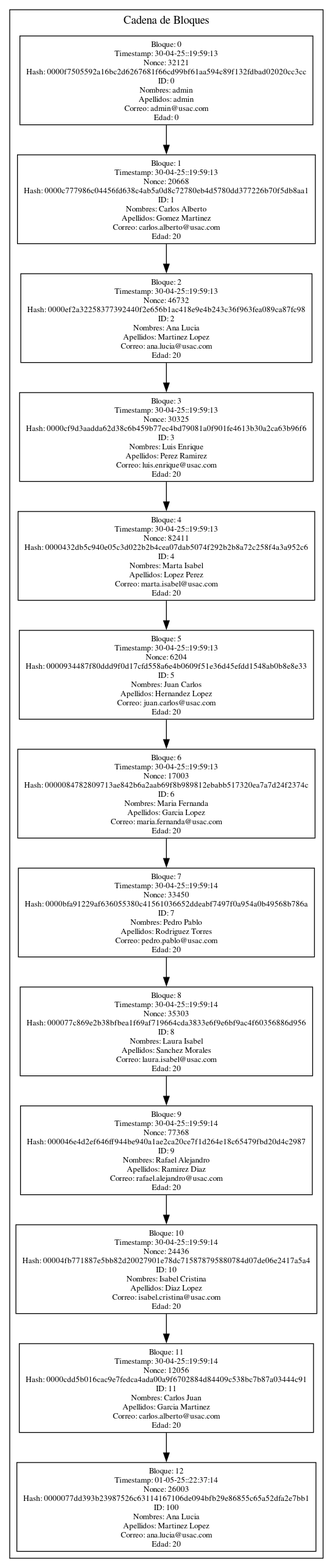
This is Fase3/Reportes/Blockchain.png from CarlosdelCidUSAC/EDD-1S2025_202300625, a Graphviz export, as it was before one commit. Its source is kept beside it as Fase3/reportedot/Blockchain.dot.
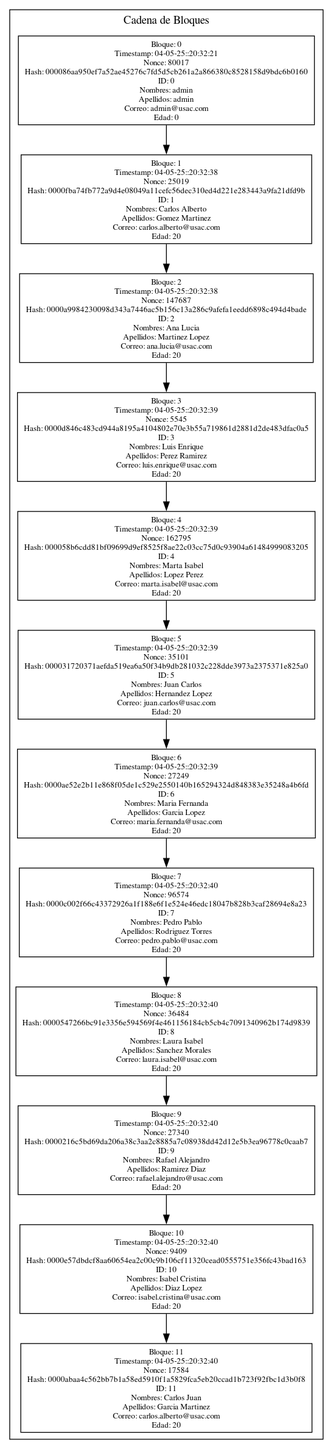
Above is the later version.

What changed in the source:
```diff
@@ -3,30 +3,28 @@
   graph [rankdir=TB];
   subgraph cluster_0 {
     label="Cadena de Bloques";
-0 [label="Bloque: 0\nTimestamp: 30-04-25::19:59:13\nNonce: 32121\nHash: 0000f7505592a16bc2d6267681f66cd99bf61aa594c89f132fdbad02020cc3cc\nID: 0\nNombres: admin\nApellidos: admin\nCorreo: admin@usac.com\nEdad: 0"];
-1 [label="Bloque: 1\nTimestamp: 30-04-25::19:59:13\nNonce: 20668\nHash: 0000c777986c04456fd638c4ab5a0d8c72780eb4d5780dd377226b70f5db8aa1\nID: 1\nNombres: Carlos Alberto\nApellidos: Gomez Martinez\nCorreo: carlos.alberto@usac.com\nEdad: 20"];
+0 [label="Bloque: 0\nTimestamp: 04-05-25::20:32:21\nNonce: 80017\nHash: 000086aa950ef7a52ae45276c7fd5d5cb261a2a866380c8528158d9bdc6b0160\nID: 0\nNombres: admin\nApellidos: admin\nCorreo: admin@usac.com\nEdad: 0"];
+1 [label="Bloque: 1\nTimestamp: 04-05-25::20:32:38\nNonce: 25019\nHash: 0000fba74fb772a9d4e08049a11cefc56dec310ed4d221e283443a9fa21dfd9b\nID: 1\nNombres: Carlos Alberto\nApellidos: Gomez Martinez\nCorreo: carlos.alberto@usac.com\nEdad: 20"];
 0 -> 1;
-2 [label="Bloque: 2\nTimestamp: 30-04-25::19:59:13\nNonce: 46732\nHash: 0000ef2a32258377392440f2e656b1ac418e9e4b243c36f963fea089ca87fc98\nID: 2\nNombres: Ana Lucia\nApellidos: Martinez Lopez\nCorreo: ana.lucia@usac.com\nEdad: 20"];
+2 [label="Bloque: 2\nTimestamp: 04-05-25::20:32:38\nNonce: 147687\nHash: 0000a9984230098d343a7446ac5b156c13a286c9afefa1eedd6898c494d4bade\nID: 2\nNombres: Ana Lucia\nApellidos: Martinez Lopez\nCorreo: ana.lucia@usac.com\nEdad: 20"];
 1 -> 2;
-3 [label="Bloque: 3\nTimestamp: 30-04-25::19:59:13\nNonce: 30325\nHash: 0000cf9d3aadda62d38c6b459b77ec4bd79081a0f901fe4613b30a2ca63b96f6\nID: 3\nNombres: Luis Enrique\nApellidos: Perez Ramirez\nCorreo: luis.enrique@usac.com\nEdad: 20"];
+3 [label="Bloque: 3\nTimestamp: 04-05-25::20:32:39\nNonce: 5545\nHash: 0000d846c483cd944a8195a4104802e70e3b55a719861d2881d2de483dfac0a5\nID: 3\nNombres: Luis Enrique\nApellidos: Perez Ramirez\nCorreo: luis.enrique@usac.com\nEdad: 20"];
 2 -> 3;
-4 [label="Bloque: 4\nTimestamp: 30-04-25::19:59:13\nNonce: 82411\nHash: 0000432db5c940e05c3d022b2b4cea07dab5074f292b2b8a72c258f4a3a952c6\nID: 4\nNombres: Marta Isabel\nApellidos: Lopez Perez\nCorreo: marta.isabel@usac.com\nEdad: 20"];
+4 [label="Bloque: 4\nTimestamp: 04-05-25::20:32:39\nNonce: 162795\nHash: 000058b6cdd81bf09699d9ef8525f8ae22c03cc75d0c93904a61484999083205\nID: 4\nNombres: Marta Isabel\nApellidos: Lopez Perez\nCorreo: marta.isabel@usac.com\nEdad: 20"];
 3 -> 4;
-5 [label="Bloque: 5\nTimestamp: 30-04-25::19:59:13\nNonce: 6204\nHash: 0000934487f80ddd9f0d17cfd558a6e4b0609f51e36d45efdd1548ab0b8e8e33\nID: 5\nNombres: Juan Carlos\nApellidos: Hernandez Lopez\nCorreo: juan.carlos@usac.com\nEdad: 20"];
+5 [label="Bloque: 5\nTimestamp: 04-05-25::20:32:39\nNonce: 35101\nHash: 000031720371aefda519ea6a50f34b9db281032c228dde3973a2375371e825a0\nID: 5\nNombres: Juan Carlos\nApellidos: Hernandez Lopez\nCorreo: juan.carlos@usac.com\nEdad: 20"];
 4 -> 5;
-6 [label="Bloque: 6\nTimestamp: 30-04-25::19:59:13\nNonce: 17003\nHash: 0000084782809713ae842b6a2aab69f8b989812ebabb517320ea7a7d24f2374c\nID: 6\nNombres: Maria Fernanda\nApellidos: Garcia Lopez\nCorreo: maria.fernanda@usac.com\nEdad: 20"];
+6 [label="Bloque: 6\nTimestamp: 04-05-25::20:32:39\nNonce: 27249\nHash: 0000ae52e2b11e868f05de1c529e2550140b165294324d848383e35248a4b6fd\nID: 6\nNombres: Maria Fernanda\nApellidos: Garcia Lopez\nCorreo: maria.fernanda@usac.com\nEdad: 20"];
 5 -> 6;
-7 [label="Bloque: 7\nTimestamp: 30-04-25::19:59:14\nNonce: 33450\nHash: 0000bfa91229af636055380c41561036652ddeabf7497f0a954a0b49568b786a\nID: 7\nNombres: Pedro Pablo\nApellidos: Rodriguez Torres\nCorreo: pedro.pablo@usac.com\nEdad: 20"];
+7 [label="Bloque: 7\nTimestamp: 04-05-25::20:32:40\nNonce: 96574\nHash: 0000c002f66c43372926a1f188e6f1e524e46edc18047b828b3caf28694e8a23\nID: 7\nNombres: Pedro Pablo\nApellidos: Rodriguez Torres\nCorreo: pedro.pablo@usac.com\nEdad: 20"];
 6 -> 7;
-8 [label="Bloque: 8\nTimestamp: 30-04-25::19:59:14\nNonce: 35303\nHash: 000077c869e2b38bfbea1f69af719664cda3833e6f9e6bf9ac4f60356886d956\nID: 8\nNombres: Laura Isabel\nApellidos: Sanchez Morales\nCorreo: laura.isabel@usac.com\nEdad: 20"];
+8 [label="Bloque: 8\nTimestamp: 04-05-25::20:32:40\nNonce: 36484\nHash: 0000547266bc91e3356e594569f4e461156184cb5cb4c7091340962b174d9839\nID: 8\nNombres: Laura Isabel\nApellidos: Sanchez Morales\nCorreo: laura.isabel@usac.com\nEdad: 20"];
 7 -> 8;
-9 [label="Bloque: 9\nTimestamp: 30-04-25::19:59:14\nNonce: 77368\nHash: 000046e4d2ef646ff944be940a1ae2ca20ce7f1d264e18c65479fbd20d4c2987\nID: 9\nNombres: Rafael Alejandro\nApellidos: Ramirez Diaz\nCorreo: rafael.alejandro@usac.com\nEdad: 20"];
+9 [label="Bloque: 9\nTimestamp: 04-05-25::20:32:40\nNonce: 27340\nHash: 0000216c5bd69da206a38c3aa2c8885a7c08938dd42d12e5b3ea96778c0caab7\nID: 9\nNombres: Rafael Alejandro\nApellidos: Ramirez Diaz\nCorreo: rafael.alejandro@usac.com\nEdad: 20"];
 8 -> 9;
-10 [label="Bloque: 10\nTimestamp: 30-04-25::19:59:14\nNonce: 24436\nHash: 00004fb771887e5bb82d20027901e78dc715878795880784d07de06e2417a5a4\nID: 10\nNombres: Isabel Cristina\nApellidos: Diaz Lopez\nCorreo: isabel.cristina@usac.com\nEdad: 20"];
+10 [label="Bloque: 10\nTimestamp: 04-05-25::20:32:40\nNonce: 9409\nHash: 0000e57dbdcf8aa60654ea2c00c9b106cf11320cead0555751e356fc43bad163\nID: 10\nNombres: Isabel Cristina\nApellidos: Diaz Lopez\nCorreo: isabel.cristina@usac.com\nEdad: 20"];
 9 -> 10;
-11 [label="Bloque: 11\nTimestamp: 30-04-25::19:59:14\nNonce: 12056\nHash: 0000cdd5b016cac9e7fedca4ada00a9f6702884d84409c538bc7b87a03444c91\nID: 11\nNombres: Carlos Juan\nApellidos: Garcia Martinez\nCorreo: carlos.alberto@usac.com\nEdad: 20"];
+11 [label="Bloque: 11\nTimestamp: 04-05-25::20:32:40\nNonce: 17584\nHash: 0000abaa4c562bb7b1a58ed5910f1a5829fca5eb20ccad1b723f92fbc1d3b0f8\nID: 11\nNombres: Carlos Juan\nApellidos: Garcia Martinez\nCorreo: carlos.alberto@usac.com\nEdad: 20"];
 10 -> 11;
-12 [label="Bloque: 12\nTimestamp: 01-05-25::22:37:14\nNonce: 26003\nHash: 0000077dd393b23987526c63114167106de094bfb29e86855c65a52dfa2e7bb1\nID: 100\nNombres: Ana Lucia\nApellidos: Martinez Lopez\nCorreo: ana.lucia@usac.com\nEdad: 20"];
-11 -> 12;
 }
 }
```
